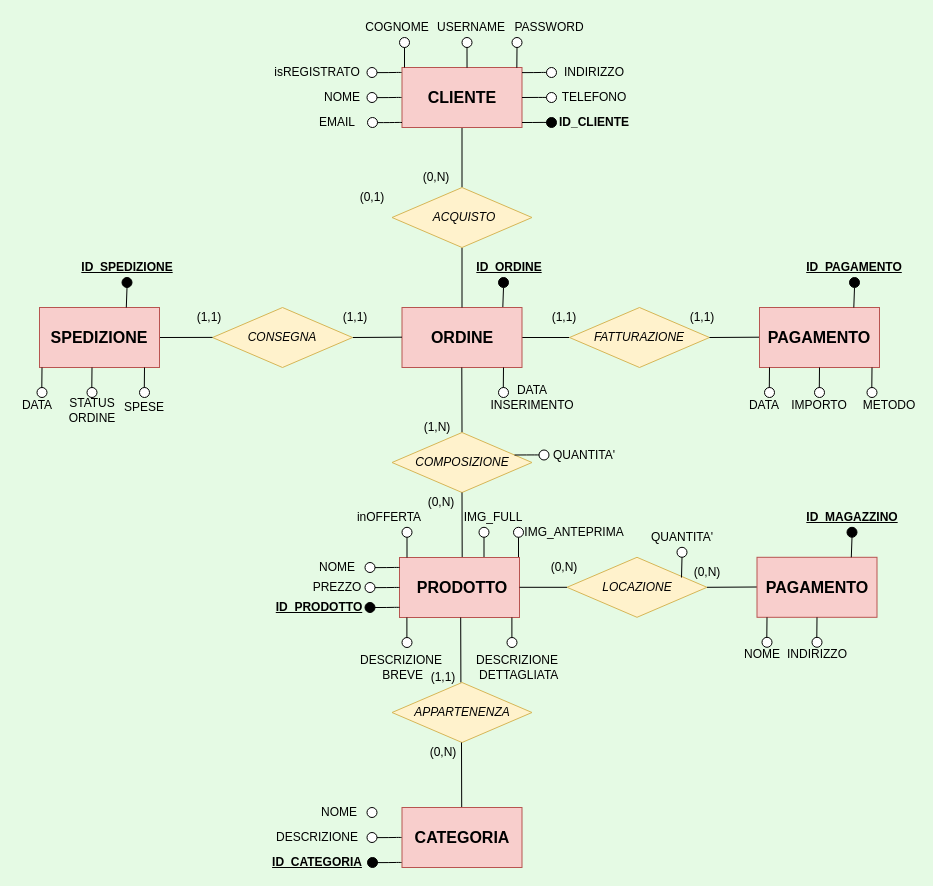
Alfio00/AVAClothing keeps this draw.io diagram as AVA Clothing/ModelloER.drawio. Above is the earlier version. Source tidied: cells renumbered, new cells numbered last; positions are measured from the earlier drawing's top-left corner, leaving out a move shared by most shapes. Both pictures are drawn from the tidied source at 100%, with x=0, y=0 at pixel (17, 17).
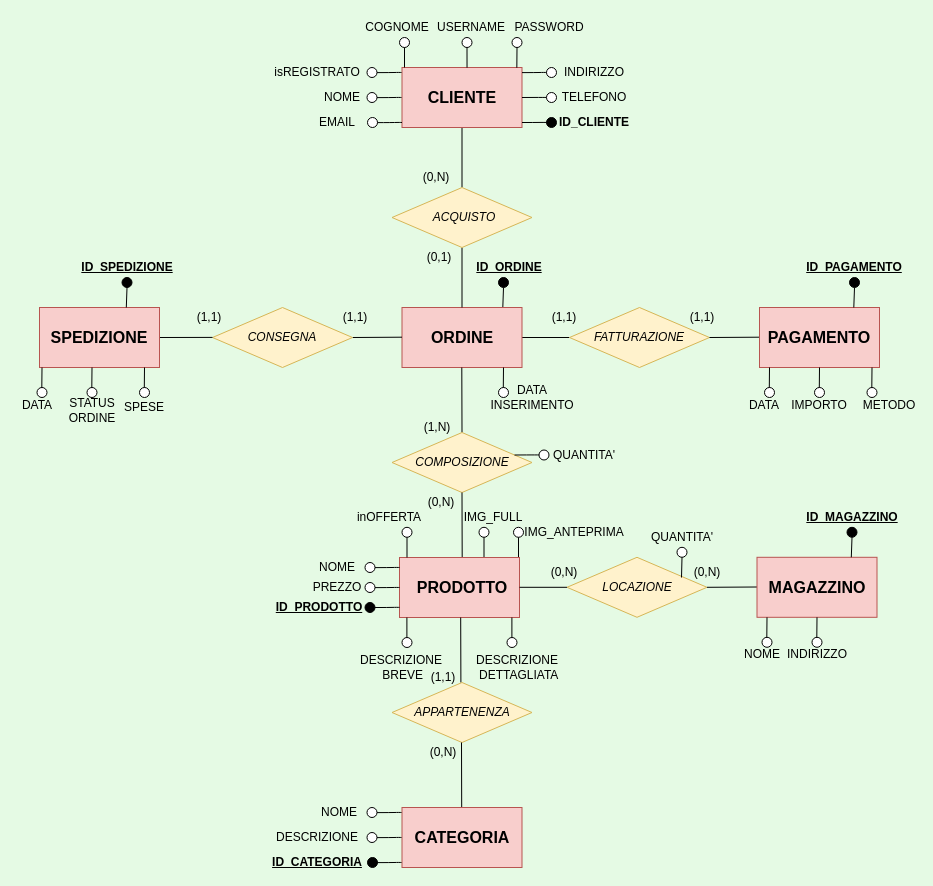
Above is the later version.

Change to the diagram source:
```diff
@@
     <mxCell id="54" value="(0,1)" style="text;html=1;strokeColor=none;fillColor=none;align=center;verticalAlign=middle;whiteSpace=wrap;rounded=0;" parent="1" vertex="1">
-      <mxGeometry x="335" y="170" width="40" height="20" as="geometry" />
+      <mxGeometry x="402" y="230" width="40" height="20" as="geometry" />
     </mxCell>
@@
     <mxCell id="59" value="(0,N)" style="text;html=1;strokeColor=none;fillColor=none;align=center;verticalAlign=middle;whiteSpace=wrap;rounded=0;" parent="1" vertex="1">
-      <mxGeometry x="526.5" y="540" width="40" height="20" as="geometry" />
+      <mxGeometry x="526.5" y="545" width="40" height="20" as="geometry" />
     </mxCell>
@@
-    <mxCell id="139" value="PAGAMENTO" style="rounded=0;whiteSpace=wrap;html=1;fillColor=#f8cecc;strokeColor=#b85450;fontStyle=1;fontSize=16;" parent="1" vertex="1">
+    <mxCell id="139" value="MAGAZZINO" style="rounded=0;whiteSpace=wrap;html=1;fillColor=#f8cecc;strokeColor=#b85450;fontStyle=1;fontSize=16;" parent="1" vertex="1">
       <mxGeometry x="739.5" y="539.8" width="120" height="60" as="geometry" />
     </mxCell>
@@
+    <mxCell id="148" style="endArrow=none;html=1;entryX=0;entryY=0.5;entryDx=0;entryDy=0;" parent="1" edge="1">
+      <mxGeometry relative="1" as="geometry">
+        <mxPoint x="359.5" y="795.1" as="sourcePoint" />
+        <mxPoint x="384" y="795" as="targetPoint" />
+        <Array as="points">
+          <mxPoint x="371.5" y="795.1" />
+          <mxPoint x="381.5" y="794.9" />
+        </Array>
+      </mxGeometry>
+    </mxCell>
```
